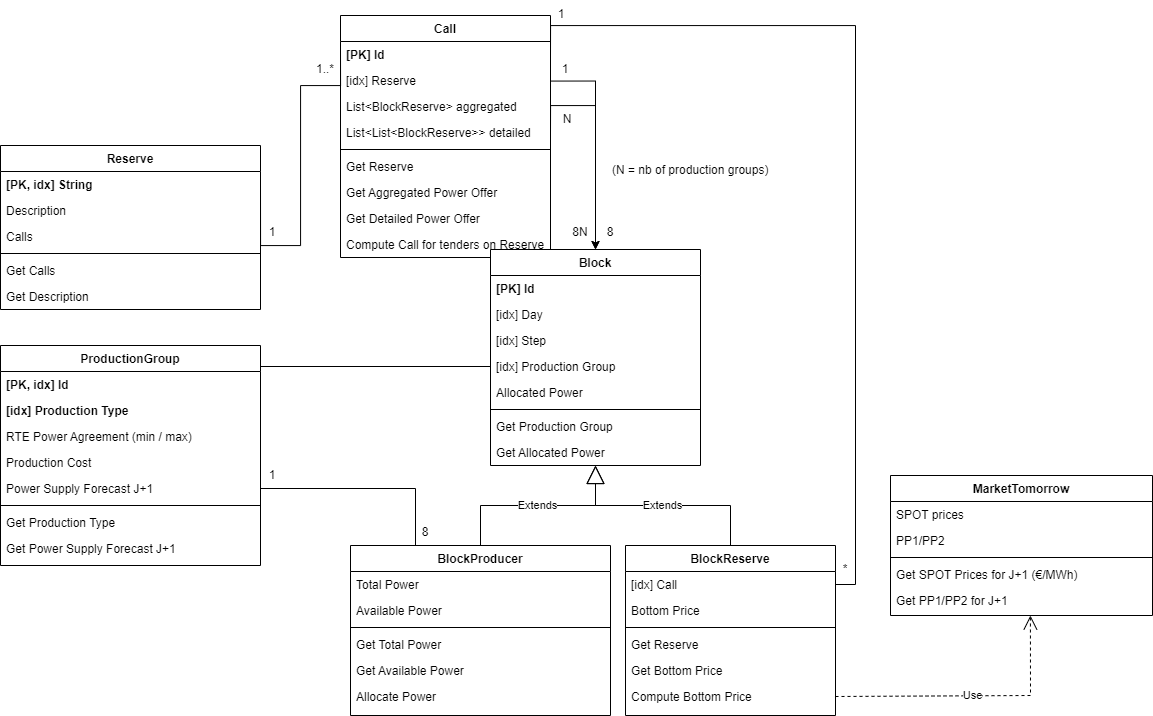
The draw.io diagram src/main/resources/images/call_service_classes_diagram.png in lincotaa/call, before a commit. Source tidied: cells renumbered, new cells last; positions are measured from the earlier drawing's top-left corner, leaving out a move shared by most shapes.
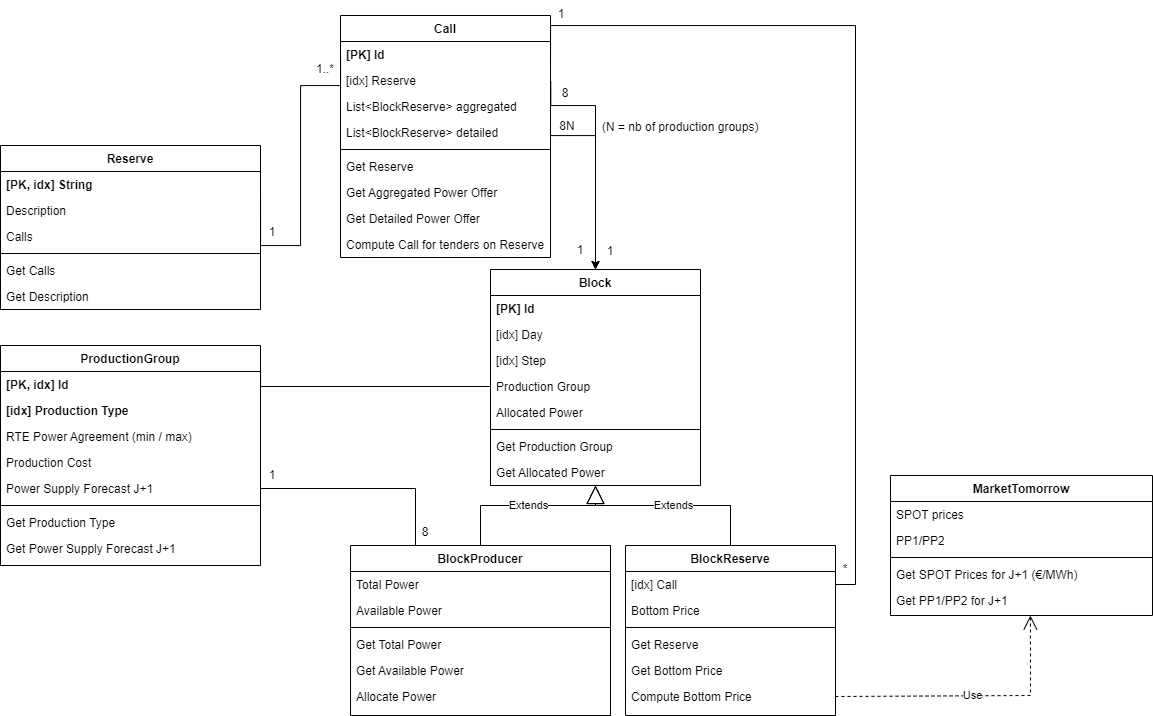
After the change.

What changed in the source:
```diff
@@ -62,7 +62,7 @@
     <mxCell id="21" value="List&lt;BlockReserve&gt; aggregated" style="text;align=left;verticalAlign=top;spacingLeft=4;spacingRight=4;overflow=hidden;rounded=0;shadow=0;html=0;" parent="18" vertex="1">
       <mxGeometry y="78" width="210" height="26" as="geometry" />
     </mxCell>
-    <mxCell id="22" value="List&lt;List&lt;BlockReserve&gt;&gt; detailed" style="text;align=left;verticalAlign=top;spacingLeft=4;spacingRight=4;overflow=hidden;points=[[0,0.5],[1,0.5]];portConstraint=eastwest;rounded=0;shadow=0;html=0;" parent="18" vertex="1">
+    <mxCell id="22" value="List&lt;BlockReserve&gt; detailed" style="text;align=left;verticalAlign=top;spacingLeft=4;spacingRight=4;overflow=hidden;points=[[0,0.5],[1,0.5]];portConstraint=eastwest;rounded=0;shadow=0;html=0;" parent="18" vertex="1">
       <mxGeometry y="104" width="210" height="26" as="geometry" />
     </mxCell>
     <mxCell id="23" style="line;html=1;strokeWidth=1;align=left;verticalAlign=middle;spacingTop=-1;spacingLeft=3;spacingRight=3;labelPosition=right;" parent="18" vertex="1">
@@ -147,12 +147,13 @@
       <mxGeometry relative="1" as="geometry">
         <mxPoint x="550.3" y="80.6" as="sourcePoint" />
         <Array as="points">
-          <mxPoint x="595" y="81" />
+          <mxPoint x="550" y="105" />
+          <mxPoint x="595" y="105" />
         </Array>
       </mxGeometry>
     </mxCell>
     <mxCell id="50" value="Block" style="swimlane;fontStyle=1;align=center;verticalAlign=top;horizontal=1;startSize=26;rounded=0;shadow=0;strokeWidth=1;" parent="1" vertex="1">
-      <mxGeometry x="490" y="249" width="210" height="216" as="geometry" />
+      <mxGeometry x="490" y="269" width="210" height="216" as="geometry" />
     </mxCell>
     <mxCell id="51" value="[PK] Id" style="text;align=left;verticalAlign=top;spacingLeft=4;spacingRight=4;overflow=hidden;fontStyle=1;" parent="50" vertex="1">
       <mxGeometry y="26" width="210" height="26" as="geometry" />
@@ -163,7 +164,7 @@
     <mxCell id="53" value="[idx] Step" style="text;align=left;verticalAlign=top;spacingLeft=4;spacingRight=4;overflow=hidden;rounded=0;shadow=0;html=0;" parent="50" vertex="1">
       <mxGeometry y="78" width="210" height="26" as="geometry" />
     </mxCell>
-    <mxCell id="54" value="[idx] Production Group" style="text;align=left;verticalAlign=top;spacingLeft=4;spacingRight=4;overflow=hidden;points=[[0,0.5],[1,0.5]];portConstraint=eastwest;rounded=0;shadow=0;html=0;" parent="50" vertex="1">
+    <mxCell id="54" value="Production Group" style="text;align=left;verticalAlign=top;spacingLeft=4;spacingRight=4;overflow=hidden;points=[[0,0.5],[1,0.5]];portConstraint=eastwest;rounded=0;shadow=0;html=0;" parent="50" vertex="1">
       <mxGeometry y="104" width="210" height="26" as="geometry" />
     </mxCell>
     <mxCell id="55" value="Allocated Power" style="text;align=left;verticalAlign=top;spacingLeft=4;spacingRight=4;overflow=hidden;rounded=0;shadow=0;html=0;" parent="50" vertex="1">
@@ -197,8 +198,8 @@
     <mxCell id="61" style="edgeStyle=orthogonalEdgeStyle;rounded=0;jettySize=auto;html=1;entryX=0.5;entryY=0;entryDx=0;entryDy=0;exitX=1;exitY=0.5;exitDx=0;exitDy=0;" parent="1" edge="1" source="22" target="50">
       <mxGeometry relative="1" as="geometry">
         <Array as="points">
-          <mxPoint x="550" y="105" />
-          <mxPoint x="595" y="105" />
+          <mxPoint x="550" y="135" />
+          <mxPoint x="595" y="135" />
         </Array>
       </mxGeometry>
     </mxCell>
@@ -219,20 +220,20 @@
         </Array>
       </mxGeometry>
     </mxCell>
-    <mxCell id="65" value="1" style="text;html=1;strokeColor=none;fillColor=none;align=center;verticalAlign=middle;whiteSpace=wrap;rounded=0;" parent="1" vertex="1">
-      <mxGeometry x="550" y="55" width="30" height="27" as="geometry" />
+    <mxCell id="65" value="8" style="text;html=1;strokeColor=none;fillColor=none;align=center;verticalAlign=middle;whiteSpace=wrap;rounded=0;" parent="1" vertex="1">
+      <mxGeometry x="550" y="79" width="30" height="27" as="geometry" />
     </mxCell>
-    <mxCell id="66" value="8" style="text;html=1;strokeColor=none;fillColor=none;align=center;verticalAlign=middle;whiteSpace=wrap;rounded=0;" parent="1" vertex="1">
-      <mxGeometry x="595" y="218" width="30" height="27" as="geometry" />
+    <mxCell id="66" value="1" style="text;html=1;strokeColor=none;fillColor=none;align=center;verticalAlign=middle;whiteSpace=wrap;rounded=0;" parent="1" vertex="1">
+      <mxGeometry x="595" y="237" width="30" height="27" as="geometry" />
     </mxCell>
-    <mxCell id="67" value="N" style="text;html=1;strokeColor=none;fillColor=none;align=center;verticalAlign=middle;whiteSpace=wrap;rounded=0;" parent="1" vertex="1">
-      <mxGeometry x="552" y="105" width="30" height="27" as="geometry" />
+    <mxCell id="67" value="8N" style="text;html=1;strokeColor=none;fillColor=none;align=center;verticalAlign=middle;whiteSpace=wrap;rounded=0;" parent="1" vertex="1">
+      <mxGeometry x="552" y="112" width="30" height="27" as="geometry" />
     </mxCell>
-    <mxCell id="68" value="8N" style="text;html=1;strokeColor=none;fillColor=none;align=center;verticalAlign=middle;whiteSpace=wrap;rounded=0;" parent="1" vertex="1">
-      <mxGeometry x="565" y="218" width="30" height="27" as="geometry" />
+    <mxCell id="68" value="1" style="text;html=1;strokeColor=none;fillColor=none;align=center;verticalAlign=middle;whiteSpace=wrap;rounded=0;" parent="1" vertex="1">
+      <mxGeometry x="565" y="236" width="30" height="27" as="geometry" />
     </mxCell>
     <mxCell id="69" value="(N = nb of production groups)" style="text;html=1;strokeColor=none;fillColor=none;align=left;verticalAlign=middle;whiteSpace=wrap;rounded=0;" parent="1" vertex="1">
-      <mxGeometry x="610" y="155" width="165" height="30" as="geometry" />
+      <mxGeometry x="600" y="112" width="165" height="30" as="geometry" />
     </mxCell>
     <mxCell id="70" value="Use" style="endArrow=open;endSize=12;dashed=1;html=1;rounded=0;exitX=1;exitY=0.5;exitDx=0;exitDy=0;entryX=0.534;entryY=1.077;entryDx=0;entryDy=0;entryPerimeter=0;" parent="1" edge="1" source="34" target="40">
       <mxGeometry relative="1" as="geometry">
```
